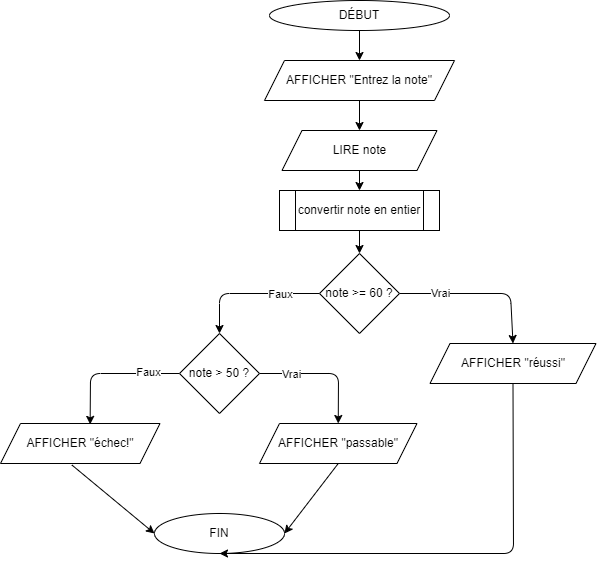
Above: content/semaine5/quiz/ordino2/ordino2.png in 420SN1RE/A24 (draw.io), before the change. Source tidied: cells renumbered, new cells last; positions are measured from the earlier drawing's top-left corner, leaving out a move shared by most shapes.
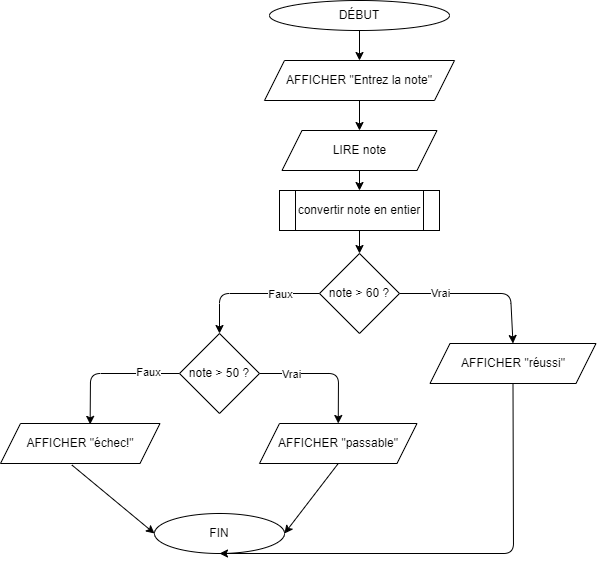
The same diagram one commit later.

Change to the diagram source:
```diff
@@ -58,7 +58,7 @@
         </Array>
       </mxGeometry>
     </mxCell>
-    <mxCell id="16" value="note &amp;gt;= 60 ?" style="rhombus;whiteSpace=wrap;html=1;" parent="1" vertex="1">
+    <mxCell id="16" value="note &amp;gt; 60 ?" style="rhombus;whiteSpace=wrap;html=1;" parent="1" vertex="1">
       <mxGeometry x="319" y="253" width="80" height="80" as="geometry" />
     </mxCell>
     <mxCell id="17" style="edgeStyle=none;html=1;exitX=1;exitY=0.5;exitDx=0;exitDy=0;entryX=0.5;entryY=0;entryDx=0;entryDy=0;" parent="1" edge="1" source="21" target="11">
```
